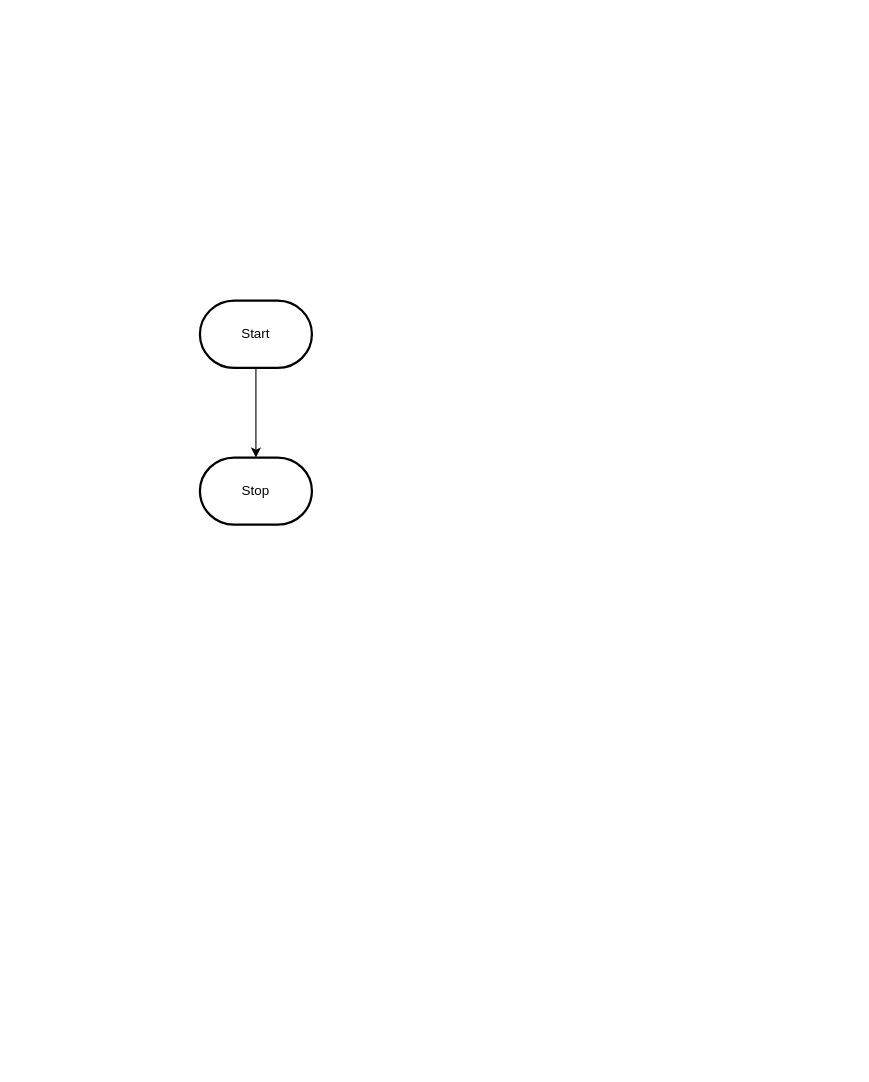
Above: design/flowchart.drawio in MTHS-ICD2O-1-2023/ICD2O-Unit-5-03-kai-nguyen-4 (draw.io), before the change. Source tidied: cells renumbered, new cells numbered last; positions are measured from the earlier drawing's top-left corner, leaving out a move shared by most shapes. Both pictures are drawn from the tidied source at 112%, with x=0, y=0 at pixel (199, 300).
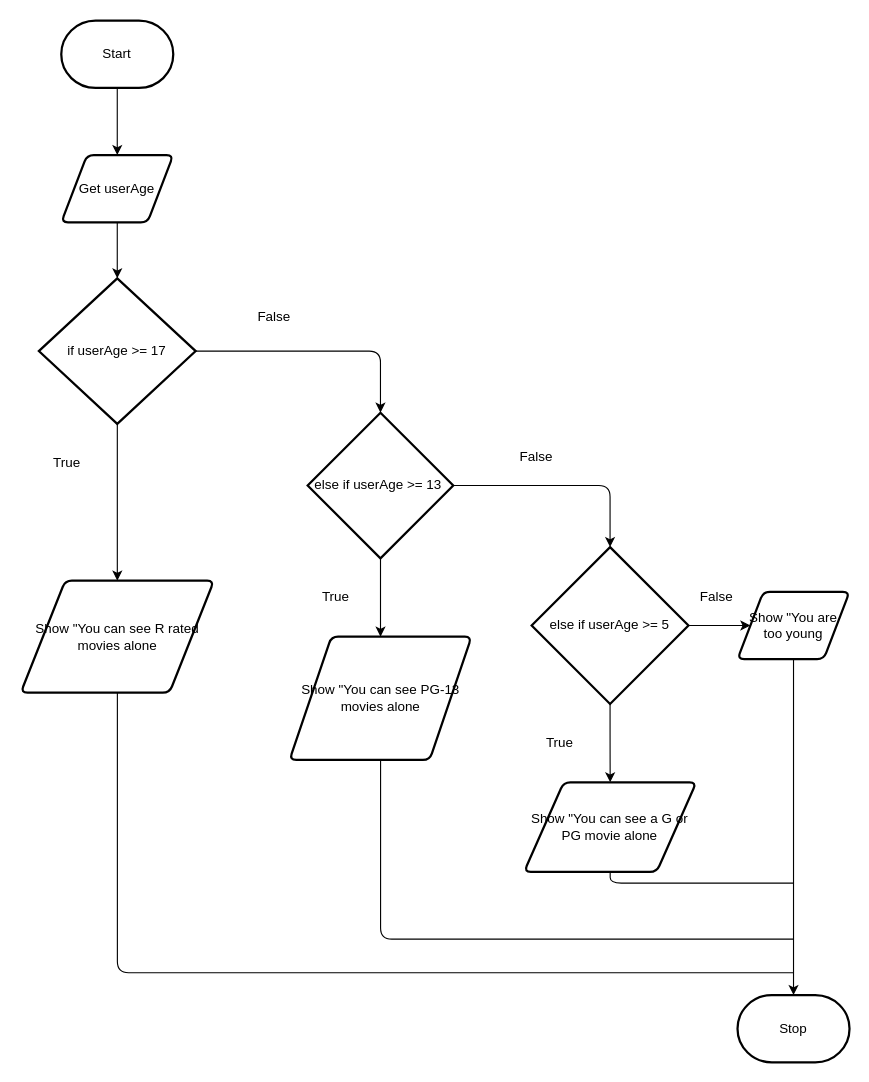
After the change.

Diff of the diagram source:
```diff
@@
-    <mxCell id="2" style="edgeStyle=orthogonalEdgeStyle;html=1;rounded=0;" parent="1" edge="1" source="3" target="4">
-      <mxGeometry relative="1" as="geometry" />
-    </mxCell>
+    <mxCell id="5" style="edgeStyle=none;html=1;" parent="1" edge="1" source="3" target="2">
+      <mxGeometry relative="1" as="geometry" />
+    </mxCell>
     <mxCell id="3" value="Start" style="strokeWidth=2;html=1;shape=mxgraph.flowchart.terminator;whiteSpace=wrap;" parent="1" vertex="1">
-      <mxGeometry width="100" height="60" as="geometry" />
+      <mxGeometry x="-123.8" y="-250" width="100" height="60" as="geometry" />
     </mxCell>
     <mxCell id="4" value="Stop" style="strokeWidth=2;html=1;shape=mxgraph.flowchart.terminator;whiteSpace=wrap;" parent="1" vertex="1">
-      <mxGeometry y="140" width="100" height="60" as="geometry" />
+      <mxGeometry x="480" y="620" width="100" height="60" as="geometry" />
     </mxCell>
+    <mxCell id="6" style="edgeStyle=none;html=1;entryX=0.5;entryY=0;entryDx=0;entryDy=0;entryPerimeter=0;" parent="1" edge="1" source="2" target="9">
+      <mxGeometry relative="1" as="geometry" />
+    </mxCell>
+    <mxCell id="2" value="Get userAge" style="shape=parallelogram;html=1;strokeWidth=2;perimeter=parallelogramPerimeter;whiteSpace=wrap;rounded=1;arcSize=12;size=0.23;" parent="1" vertex="1">
+      <mxGeometry x="-123.8" y="-130" width="100" height="60" as="geometry" />
+    </mxCell>
+    <mxCell id="7" style="edgeStyle=none;html=1;entryX=0.5;entryY=0;entryDx=0;entryDy=0;" parent="1" edge="1" source="9" target="11">
+      <mxGeometry relative="1" as="geometry" />
+    </mxCell>
+    <mxCell id="8" style="edgeStyle=orthogonalEdgeStyle;html=1;entryX=0.5;entryY=0;entryDx=0;entryDy=0;entryPerimeter=0;" parent="1" edge="1" source="9" target="15">
+      <mxGeometry relative="1" as="geometry" />
+    </mxCell>
+    <mxCell id="9" value="if userAge &amp;gt;= 17" style="strokeWidth=2;html=1;shape=mxgraph.flowchart.decision;whiteSpace=wrap;" parent="1" vertex="1">
+      <mxGeometry x="-143.8" y="-20" width="140" height="130" as="geometry" />
+    </mxCell>
+    <mxCell id="10" style="edgeStyle=orthogonalEdgeStyle;html=1;endArrow=none;endFill=0;" parent="1" edge="1" source="11">
+      <mxGeometry relative="1" as="geometry">
+        <mxPoint x="530" y="600" as="targetPoint" />
+        <Array as="points">
+          <mxPoint x="-74" y="600" />
+        </Array>
+      </mxGeometry>
+    </mxCell>
+    <mxCell id="11" value="Show &quot;You can see R rated movies alone" style="shape=parallelogram;html=1;strokeWidth=2;perimeter=parallelogramPerimeter;whiteSpace=wrap;rounded=1;arcSize=12;size=0.23;" parent="1" vertex="1">
+      <mxGeometry x="-160" y="250" width="172.5" height="100" as="geometry" />
+    </mxCell>
+    <mxCell id="12" value="True" style="text;html=1;align=center;verticalAlign=middle;strokeColor=none;fillColor=none;" parent="1" vertex="1">
+      <mxGeometry x="-143.8" y="130" width="50" height="30" as="geometry" />
+    </mxCell>
+    <mxCell id="13" style="html=1;entryX=0.5;entryY=0;entryDx=0;entryDy=0;" parent="1" edge="1" source="15" target="17">
+      <mxGeometry relative="1" as="geometry" />
+    </mxCell>
+    <mxCell id="14" style="html=1;entryX=0.5;entryY=0;entryDx=0;entryDy=0;entryPerimeter=0;edgeStyle=orthogonalEdgeStyle;" parent="1" edge="1" source="15" target="22">
+      <mxGeometry relative="1" as="geometry" />
+    </mxCell>
+    <mxCell id="15" value="else if userAge &amp;gt;= 13&amp;nbsp;" style="strokeWidth=2;html=1;shape=mxgraph.flowchart.decision;whiteSpace=wrap;" parent="1" vertex="1">
+      <mxGeometry x="96.2" y="100" width="130" height="130" as="geometry" />
+    </mxCell>
+    <mxCell id="16" style="edgeStyle=orthogonalEdgeStyle;html=1;endArrow=none;endFill=0;" parent="1" edge="1" source="17">
+      <mxGeometry relative="1" as="geometry">
+        <mxPoint x="530" y="570" as="targetPoint" />
+        <Array as="points">
+          <mxPoint x="161" y="570" />
+        </Array>
+      </mxGeometry>
+    </mxCell>
+    <mxCell id="17" value="Show &quot;You can see PG-13 movies alone" style="shape=parallelogram;html=1;strokeWidth=2;perimeter=parallelogramPerimeter;whiteSpace=wrap;rounded=1;arcSize=12;size=0.23;" parent="1" vertex="1">
+      <mxGeometry x="80" y="300" width="162.5" height="110" as="geometry" />
+    </mxCell>
+    <mxCell id="18" value="True" style="text;html=1;align=center;verticalAlign=middle;strokeColor=none;fillColor=none;" parent="1" vertex="1">
+      <mxGeometry x="96.2" y="250" width="50" height="30" as="geometry" />
+    </mxCell>
+    <mxCell id="19" value="False" style="text;html=1;align=center;verticalAlign=middle;strokeColor=none;fillColor=none;" parent="1" vertex="1">
+      <mxGeometry x="41.2" width="50" height="30" as="geometry" />
+    </mxCell>
+    <mxCell id="20" style="edgeStyle=orthogonalEdgeStyle;html=1;entryX=0.5;entryY=0;entryDx=0;entryDy=0;" parent="1" edge="1" source="22" target="25">
+      <mxGeometry relative="1" as="geometry" />
+    </mxCell>
+    <mxCell id="21" style="edgeStyle=orthogonalEdgeStyle;html=1;entryX=0;entryY=0.5;entryDx=0;entryDy=0;" parent="1" edge="1" source="22" target="27">
+      <mxGeometry relative="1" as="geometry" />
+    </mxCell>
+    <mxCell id="22" value="else if userAge &amp;gt;= 5" style="strokeWidth=2;html=1;shape=mxgraph.flowchart.decision;whiteSpace=wrap;" parent="1" vertex="1">
+      <mxGeometry x="296.2" y="220" width="140" height="140" as="geometry" />
+    </mxCell>
+    <mxCell id="23" value="False" style="text;html=1;align=center;verticalAlign=middle;strokeColor=none;fillColor=none;" parent="1" vertex="1">
+      <mxGeometry x="275" y="125" width="50" height="30" as="geometry" />
+    </mxCell>
+    <mxCell id="24" style="edgeStyle=orthogonalEdgeStyle;html=1;endArrow=none;endFill=0;" parent="1" edge="1" source="25">
+      <mxGeometry relative="1" as="geometry">
+        <mxPoint x="530" y="520" as="targetPoint" />
+        <Array as="points">
+          <mxPoint x="366" y="520" />
+        </Array>
+      </mxGeometry>
+    </mxCell>
+    <mxCell id="25" value="Show &quot;You can see a G or PG movie alone" style="shape=parallelogram;html=1;strokeWidth=2;perimeter=parallelogramPerimeter;whiteSpace=wrap;rounded=1;arcSize=12;size=0.23;" parent="1" vertex="1">
+      <mxGeometry x="289.4" y="430" width="153.8" height="80" as="geometry" />
+    </mxCell>
+    <mxCell id="26" style="edgeStyle=orthogonalEdgeStyle;html=1;entryX=0.5;entryY=0;entryDx=0;entryDy=0;entryPerimeter=0;" parent="1" edge="1" source="27" target="4">
+      <mxGeometry relative="1" as="geometry" />
+    </mxCell>
+    <mxCell id="27" value="Show &quot;You are too young" style="shape=parallelogram;html=1;strokeWidth=2;perimeter=parallelogramPerimeter;whiteSpace=wrap;rounded=1;arcSize=12;size=0.23;" parent="1" vertex="1">
+      <mxGeometry x="480" y="260" width="100" height="60" as="geometry" />
+    </mxCell>
+    <mxCell id="28" value="False" style="text;html=1;align=center;verticalAlign=middle;strokeColor=none;fillColor=none;" parent="1" vertex="1">
+      <mxGeometry x="436.2" y="250" width="50" height="30" as="geometry" />
+    </mxCell>
+    <mxCell id="29" value="True" style="text;html=1;align=center;verticalAlign=middle;strokeColor=none;fillColor=none;" parent="1" vertex="1">
+      <mxGeometry x="296.2" y="380" width="50" height="30" as="geometry" />
+    </mxCell>
```
